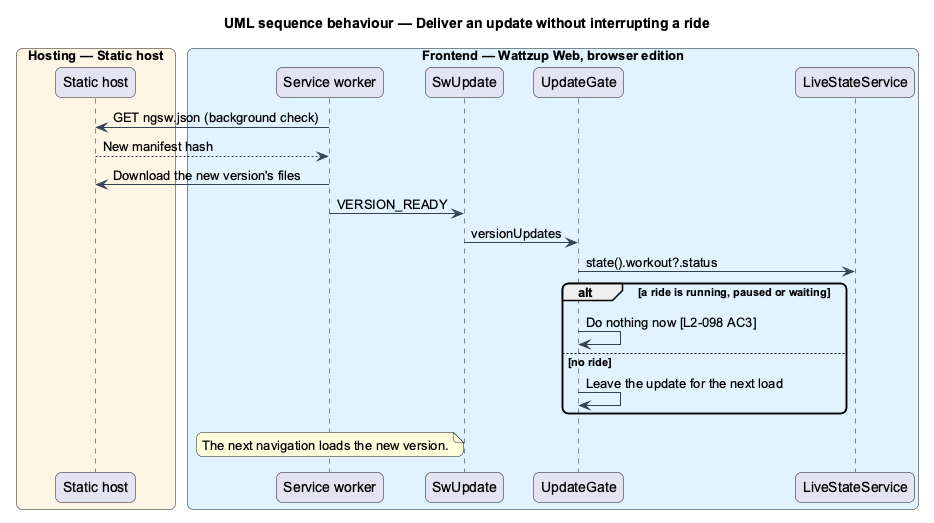
Above: docs/detailed-designs/browser-edition/build-and-host/diagrams/sequence-update.png in QuinntyneBrown/ride-one (PlantUML), before the change.
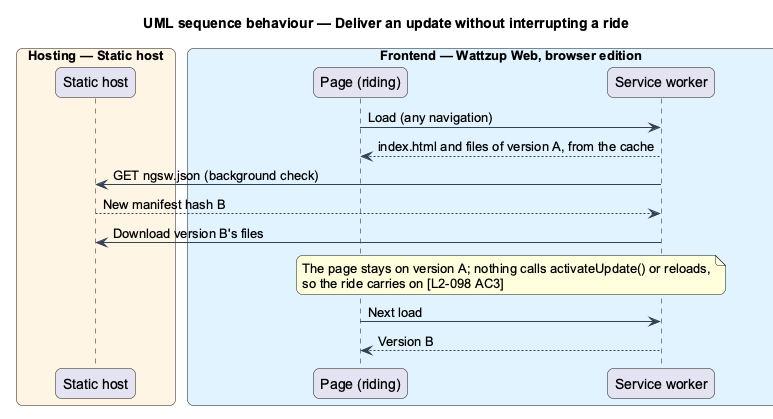
Later version of the same file.

Diff of the diagram source:
```diff
@@ -9,22 +9,16 @@
   participant "Static host" as host
 end box
 box "Frontend — Wattzup Web, browser edition" #E0F2FE
+  participant "Page (riding)" as page
   participant "Service worker" as sw
-  participant "SwUpdate" as swu
-  participant "UpdateGate" as gate
-  participant "LiveStateService" as live
 end box
 
+page -> sw : Load (any navigation)
+sw --> page : index.html and files of version A, from the cache
 sw -> host : GET ngsw.json (background check)
-host --> sw : New manifest hash
-sw -> host : Download the new version's files
-sw -> swu : VERSION_READY
-swu -> gate : versionUpdates
-gate -> live : state().workout?.status
-alt a ride is running, paused or waiting
-  gate -> gate : Do nothing now [L2-098 AC3]
-else no ride
-  gate -> gate : Leave the update for the next load
-end
-note over sw : The next navigation loads the new version.
+host --> sw : New manifest hash B
+sw -> host : Download version B's files
+note over page, sw : The page stays on version A; nothing calls activateUpdate() or reloads,\nso the ride carries on [L2-098 AC3]
+page -> sw : Next load
+sw --> page : Version B
 @enduml
```
